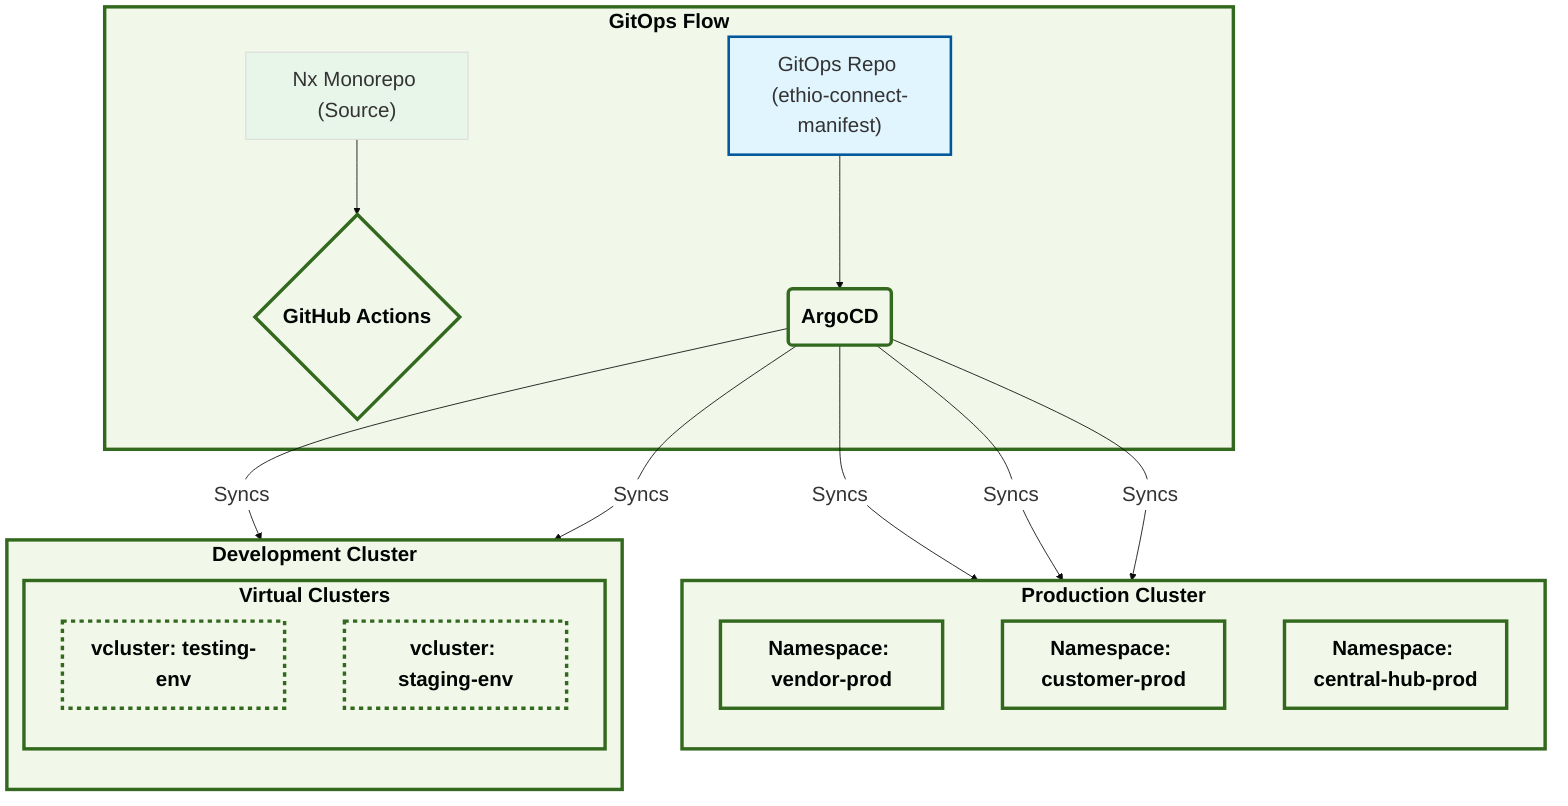
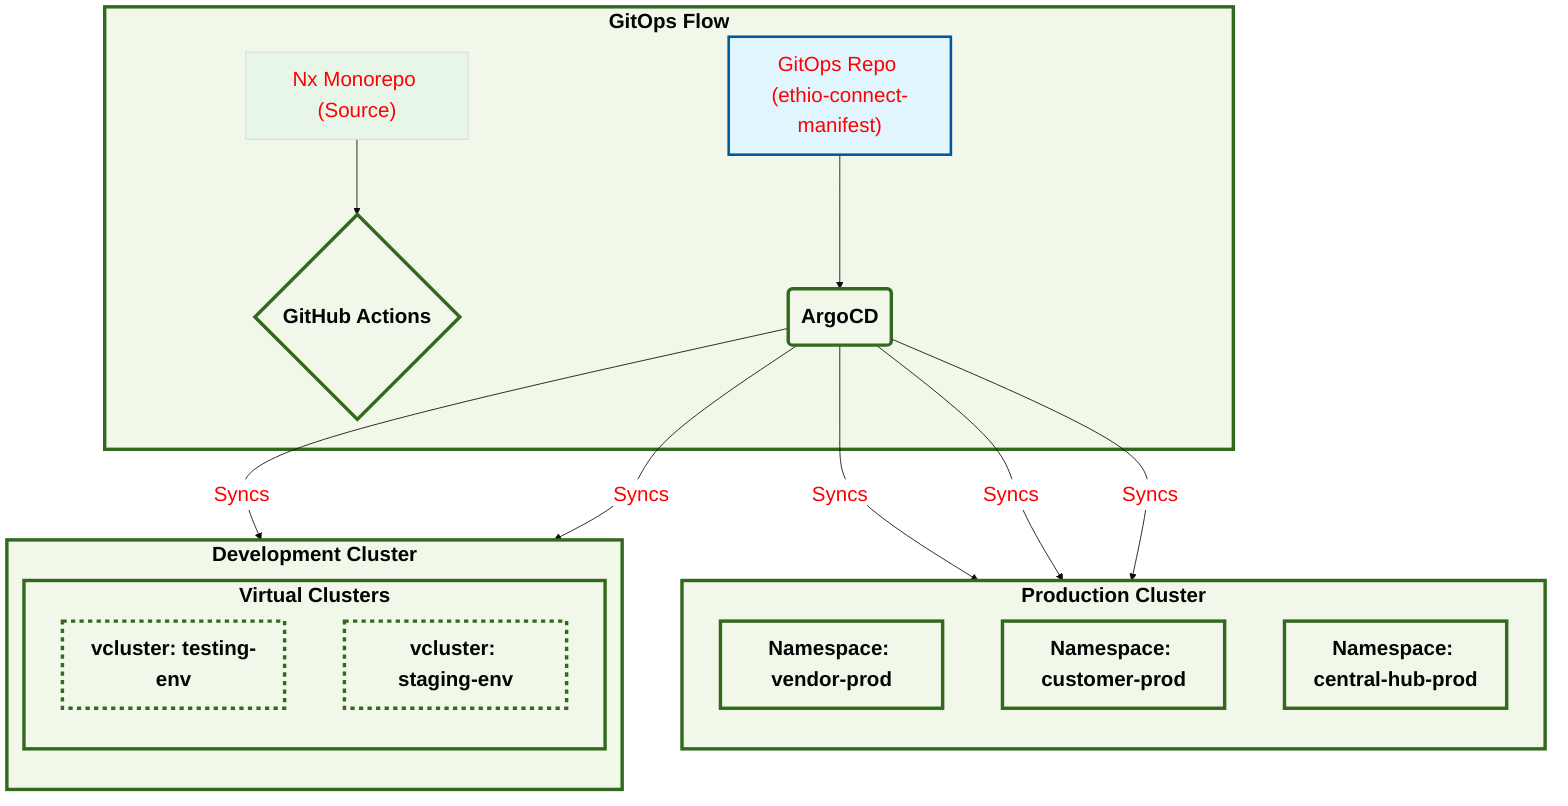
- %%{init: {'theme': 'base', 'themeVariables': { 'fontSize': '24px', 'fontFamily': 'arial', 'primaryColor': '#e8f5e9', 'edgeLabelBackground':'#ffffff' }, 'flowchart': {'nodeSpacing': 70, 'rankSpacing': 70}}}%%
+ %%{init: {'theme': 'base', 'themeVariables': { 'fontSize': '24px', 'fontFamily': 'arial', 'primaryColor': '#e8f5e9', 'primaryTextColor': '#ff0000ff','edgeLabelBackground':'#ffffff' }, 'flowchart': {'nodeSpacing': 70, 'rankSpacing': 70}}}%%
graph TD
    classDef cluster fill:#f1f8e9,stroke:#33691e,stroke-width:4px,font-weight:bold;
    classDef ns fill:#ffffff,stroke:#33691e,stroke-width:2px;
    classDef gitops fill:#e1f5fe,stroke:#01579b,stroke-width:3px;
    classDef vcluster fill:#fff3e0,stroke:#e65100,stroke-width:2px,stroke-dasharray:5 5;

    subgraph "GitOps Flow"
        A["Nx Monorepo (Source)"] --> B{"GitHub Actions"}
        C["GitOps Repo (ethio-connect-manifest)"]:::gitops --> ArgoCD("ArgoCD"):::gitops
    end

    subgraph "Production Cluster"
        direction TB
        P_NS_Vendor[Namespace: vendor-prod]:::ns
        P_NS_Customer[Namespace: customer-prod]:::ns
        P_NS_Central[Namespace: central-hub-prod]:::ns
    end

    subgraph "Development Cluster"
        direction TB
        subgraph "Virtual Clusters"
            T_vCluster[vcluster: testing-env]:::vcluster
            S_vCluster[vcluster: staging-env]:::vcluster
        end
    end

    ArgoCD -->|Syncs| P_NS_Vendor
    ArgoCD -->|Syncs| P_NS_Customer
    ArgoCD -->|Syncs| P_NS_Central
    ArgoCD -->|Syncs| T_vCluster
    ArgoCD -->|Syncs| S_vCluster
    class B cluster;
    class P_NS_Vendor,P_NS_Customer,P_NS_Central,ArgoCD,T_vCluster,S_vCluster cluster;